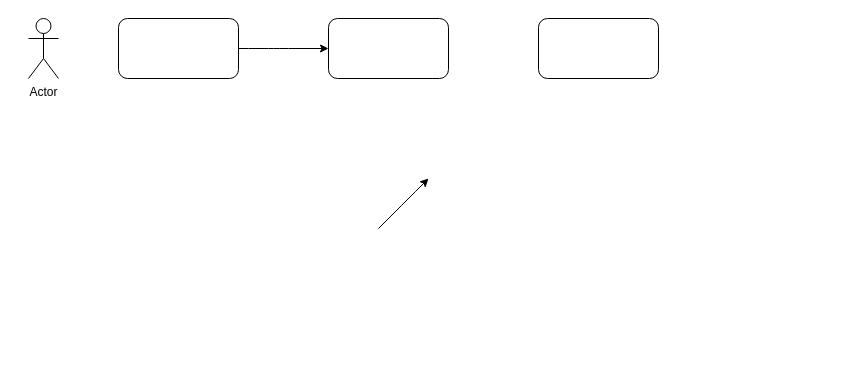
Above: Rlog User Flow.drawio in Rume7/Rlog (draw.io), before the change. Source tidied: cells renumbered, new cells numbered last; positions are measured from the earlier drawing's top-left corner, leaving out a move shared by most shapes. Both pictures are drawn from the tidied source at 100%, with x=0, y=0 at pixel (28, 18).
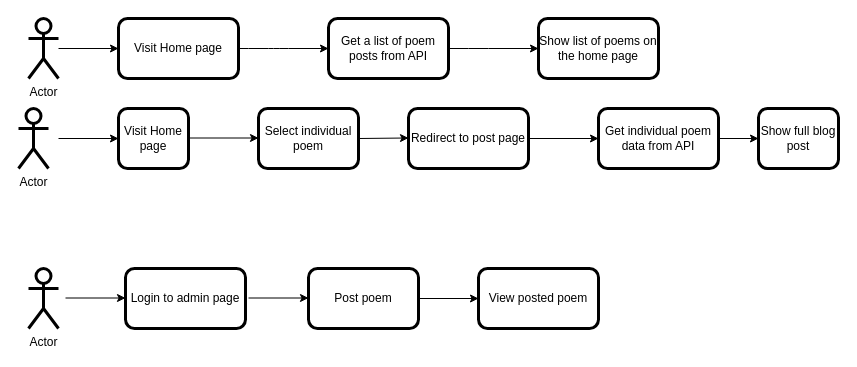
Above is the later version.

What changed in the source:
```diff
@@
-    <mxCell id="2" value="Actor" style="shape=umlActor;verticalLabelPosition=bottom;verticalAlign=top;html=1;outlineConnect=0;" parent="1" vertex="1">
+    <mxCell id="2" value="Actor" style="shape=umlActor;verticalLabelPosition=bottom;verticalAlign=top;html=1;outlineConnect=0;strokeWidth=3;" parent="1" vertex="1">
       <mxGeometry width="30" height="60" as="geometry" />
     </mxCell>
-    <mxCell id="3" style="rounded=1;whiteSpace=wrap;html=1;" parent="1" vertex="1">
+    <mxCell id="3" value="Get a list of poem posts from API" style="rounded=1;whiteSpace=wrap;html=1;strokeWidth=3;" parent="1" vertex="1">
       <mxGeometry x="300" width="120" height="60" as="geometry" />
     </mxCell>
-    <mxCell id="4" style="rounded=1;whiteSpace=wrap;html=1;" parent="1" vertex="1">
+    <mxCell id="4" value="Visit Home page" style="rounded=1;whiteSpace=wrap;html=1;strokeWidth=3;" parent="1" vertex="1">
       <mxGeometry x="90" width="120" height="60" as="geometry" />
     </mxCell>
-    <mxCell id="5" style="rounded=1;whiteSpace=wrap;html=1;" parent="1" vertex="1">
+    <mxCell id="5" value="Show list of poems on the home page" style="rounded=1;whiteSpace=wrap;html=1;strokeWidth=3;" parent="1" vertex="1">
       <mxGeometry x="510" width="120" height="60" as="geometry" />
     </mxCell>
-    <mxCell id="6" style="endArrow=classic;html=1;" parent="1" edge="1">
+    <mxCell id="6" style="endArrow=classic;html=1;" parent="1" edge="1" source="2">
       <mxGeometry relative="1" as="geometry">
-        <mxPoint x="350" y="210" as="sourcePoint" />
-        <mxPoint x="400" y="160" as="targetPoint" />
-        <Array as="points">
-          <mxPoint x="380" y="180" />
-        </Array>
+        <mxPoint x="90" y="30" as="targetPoint" />
       </mxGeometry>
     </mxCell>
@@
+    <mxCell id="8" style="endArrow=classic;html=1;entryX=0;entryY=0.5;entryDx=0;entryDy=0;exitX=1;exitY=0.5;exitDx=0;exitDy=0;" parent="1" edge="1" source="3" target="5">
+      <mxGeometry relative="1" as="geometry">
+        <Array as="points">
+          <mxPoint x="450" y="30" />
+        </Array>
+      </mxGeometry>
+    </mxCell>
+    <mxCell id="9" value="Actor" style="shape=umlActor;verticalLabelPosition=bottom;verticalAlign=top;html=1;strokeWidth=3;" parent="1" vertex="1">
+      <mxGeometry y="250" width="30" height="60" as="geometry" />
+    </mxCell>
+    <mxCell id="10" value="Login to admin page" style="rounded=1;whiteSpace=wrap;html=1;strokeWidth=3;" parent="1" vertex="1">
+      <mxGeometry x="97" y="250" width="120" height="60" as="geometry" />
+    </mxCell>
+    <mxCell id="11" value="Post poem" style="rounded=1;whiteSpace=wrap;html=1;strokeWidth=3;" parent="1" vertex="1">
+      <mxGeometry x="280" y="250" width="110" height="60" as="geometry" />
+    </mxCell>
+    <mxCell id="12" value="View posted poem" style="rounded=1;whiteSpace=wrap;html=1;strokeWidth=3;" parent="1" vertex="1">
+      <mxGeometry x="450" y="250" width="120" height="60" as="geometry" />
+    </mxCell>
+    <mxCell id="13" style="endArrow=classic;html=1;entryX=0;entryY=0.5;entryDx=0;entryDy=0;" parent="1" edge="1" target="12">
+      <mxGeometry relative="1" as="geometry">
+        <mxPoint x="390" y="280" as="sourcePoint" />
+      </mxGeometry>
+    </mxCell>
+    <mxCell id="14" style="endArrow=classic;html=1;entryX=0;entryY=0.5;entryDx=0;entryDy=0;" parent="1" edge="1">
+      <mxGeometry relative="1" as="geometry">
+        <mxPoint x="220" y="279.5" as="sourcePoint" />
+        <mxPoint x="280" y="279.5" as="targetPoint" />
+      </mxGeometry>
+    </mxCell>
+    <mxCell id="15" style="endArrow=classic;html=1;entryX=0;entryY=0.5;entryDx=0;entryDy=0;" parent="1" edge="1">
+      <mxGeometry relative="1" as="geometry">
+        <mxPoint x="37" y="279.5" as="sourcePoint" />
+        <mxPoint x="97" y="279.5" as="targetPoint" />
+      </mxGeometry>
+    </mxCell>
+    <mxCell id="16" value="Select individual poem" style="rounded=1;whiteSpace=wrap;html=1;strokeWidth=3;" parent="1" vertex="1">
+      <mxGeometry x="230" y="90" width="100" height="60" as="geometry" />
+    </mxCell>
+    <mxCell id="17" value="Visit Home page" style="rounded=1;whiteSpace=wrap;html=1;strokeWidth=3;" parent="1" vertex="1">
+      <mxGeometry x="90" y="90" width="70" height="60" as="geometry" />
+    </mxCell>
+    <mxCell id="18" value="Redirect to post page" style="rounded=1;whiteSpace=wrap;html=1;strokeWidth=3;" parent="1" vertex="1">
+      <mxGeometry x="380" y="90" width="120" height="60" as="geometry" />
+    </mxCell>
+    <mxCell id="19" style="endArrow=classic;html=1;" parent="1" edge="1">
+      <mxGeometry relative="1" as="geometry">
+        <mxPoint x="30" y="120" as="sourcePoint" />
+        <mxPoint x="90" y="120" as="targetPoint" />
+      </mxGeometry>
+    </mxCell>
+    <mxCell id="20" value="Actor" style="shape=umlActor;verticalLabelPosition=bottom;verticalAlign=top;html=1;strokeWidth=3;" parent="1" vertex="1">
+      <mxGeometry x="-10" y="90" width="30" height="60" as="geometry" />
+    </mxCell>
+    <mxCell id="21" value="Get individual poem data from API" style="rounded=1;whiteSpace=wrap;html=1;strokeWidth=3;" parent="1" vertex="1">
+      <mxGeometry x="570" y="90" width="120" height="60" as="geometry" />
+    </mxCell>
+    <mxCell id="22" value="Show full blog post" style="rounded=1;whiteSpace=wrap;html=1;strokeWidth=3;" parent="1" vertex="1">
+      <mxGeometry x="730" y="90" width="80" height="60" as="geometry" />
+    </mxCell>
+    <mxCell id="23" style="endArrow=classic;html=1;exitX=1;exitY=0.5;exitDx=0;exitDy=0;entryX=0;entryY=0.5;entryDx=0;entryDy=0;" parent="1" edge="1" source="21" target="22">
+      <mxGeometry relative="1" as="geometry" />
+    </mxCell>
+    <mxCell id="24" style="endArrow=classic;html=1;exitX=1;exitY=0.5;exitDx=0;exitDy=0;" parent="1" edge="1" source="18">
+      <mxGeometry relative="1" as="geometry">
+        <mxPoint x="570" y="120" as="targetPoint" />
+      </mxGeometry>
+    </mxCell>
+    <mxCell id="25" style="endArrow=classic;html=1;exitX=1;exitY=0.5;exitDx=0;exitDy=0;" parent="1" edge="1">
+      <mxGeometry relative="1" as="geometry">
+        <mxPoint x="160" y="119.5" as="sourcePoint" />
+        <mxPoint x="230" y="119.5" as="targetPoint" />
+      </mxGeometry>
+    </mxCell>
+    <mxCell id="26" style="endArrow=classic;html=1;" parent="1" edge="1">
+      <mxGeometry relative="1" as="geometry">
+        <mxPoint x="330" y="120" as="sourcePoint" />
+        <mxPoint x="380" y="119.5" as="targetPoint" />
+      </mxGeometry>
+    </mxCell>
```
